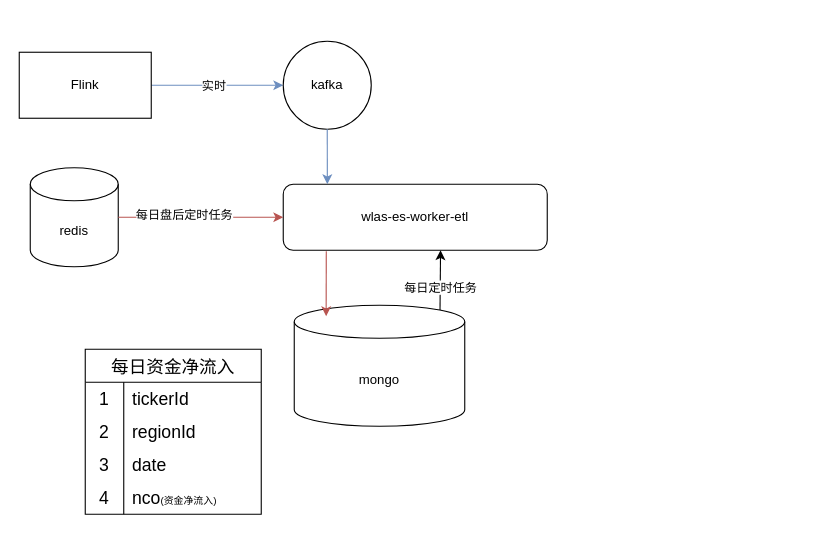
The draw.io diagram page "Page-1" (1 of 2) of quotes-alerts.drawio in Hia-Hia/A-note, before the edit. Source tidied: cells renumbered, new cells numbered last; positions are measured from the earlier drawing's top-left corner, leaving out a move shared by most shapes. Both pictures are drawn from the tidied source at 110%, with x=0, y=0 at pixel (19, 41).
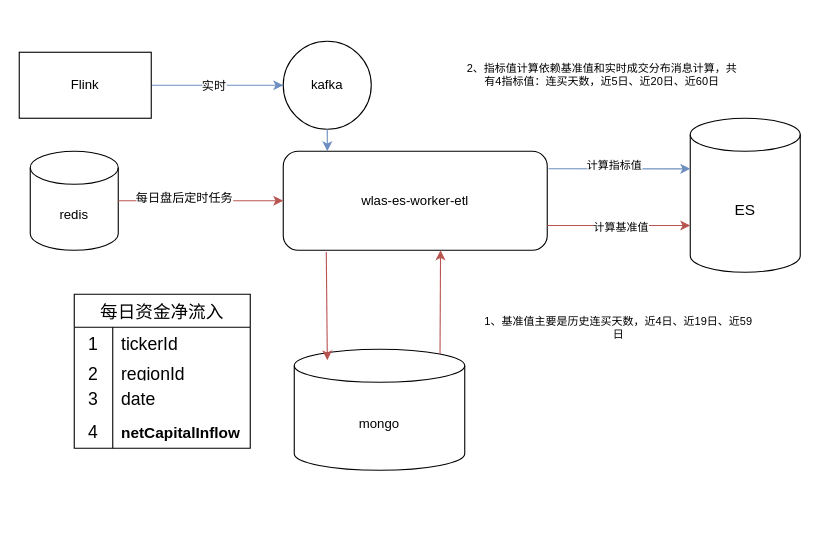
Above is the later version.

Change to the diagram source:
```diff
@@
     <mxCell id="2" value="mongo" style="shape=cylinder3;whiteSpace=wrap;html=1;boundedLbl=1;backgroundOutline=1;size=15;" parent="1" vertex="1">
-      <mxGeometry x="250" y="240" width="155" height="110" as="geometry" />
+      <mxGeometry x="250" y="280" width="155" height="110" as="geometry" />
     </mxCell>
@@
     <mxCell id="7" value="wlas-es-worker-etl" style="rounded=1;whiteSpace=wrap;html=1;" parent="1" vertex="1">
-      <mxGeometry x="240" y="130" width="240" height="60" as="geometry" />
+      <mxGeometry x="240" y="100" width="240" height="90" as="geometry" />
     </mxCell>
@@
-    <mxCell id="9" style="endArrow=classic;html=1;rounded=0;exitX=0.163;exitY=1.017;exitDx=0;exitDy=0;exitPerimeter=0;fillColor=#f8cecc;strokeColor=#b85450;" parent="1" edge="1" source="7">
-      <mxGeometry relative="1" as="geometry">
-        <mxPoint x="279" y="250" as="targetPoint" />
-      </mxGeometry>
+    <mxCell id="9" style="endArrow=classic;html=1;rounded=0;exitX=0.163;exitY=1.017;exitDx=0;exitDy=0;exitPerimeter=0;fillColor=#f8cecc;strokeColor=#b85450;entryX=0.194;entryY=0.091;entryDx=0;entryDy=0;entryPerimeter=0;" parent="1" edge="1" source="7" target="2">
+      <mxGeometry relative="1" as="geometry" />
     </mxCell>
-    <mxCell id="10" style="endArrow=classic;html=1;rounded=0;exitX=0.855;exitY=0;exitDx=0;exitDy=4.35;exitPerimeter=0;" parent="1" edge="1" source="2">
+    <mxCell id="10" style="endArrow=classic;html=1;rounded=0;exitX=0.855;exitY=0;exitDx=0;exitDy=4.35;exitPerimeter=0;fillColor=#f8cecc;strokeColor=#b85450;" parent="1" edge="1" source="2">
       <mxGeometry relative="1" as="geometry">
         <mxPoint x="383" y="190" as="targetPoint" />
       </mxGeometry>
     </mxCell>
-    <mxCell id="11" value="每日定时任务" style="edgeLabel;html=1;align=center;verticalAlign=middle;" parent="10" vertex="1">
-      <mxGeometry x="-0.21" relative="1" as="geometry" />
-    </mxCell>
     <mxCell id="12" value="redis" style="shape=cylinder3;whiteSpace=wrap;html=1;boundedLbl=1;backgroundOutline=1;size=15;labelBorderColor=none;" parent="1" vertex="1">
-      <mxGeometry x="10" y="115" width="80" height="90" as="geometry" />
+      <mxGeometry x="10" y="100" width="80" height="90" as="geometry" />
     </mxCell>
@@
     <mxCell id="15" value="每日资金净流入" style="shape=table;startSize=30;childLayout=tableLayout;rowLines=0;fontStyle=0;strokeColor=default;fontSize=16;labelBorderColor=none;" parent="1" vertex="1">
-      <mxGeometry x="60" y="280" width="160" height="150" as="geometry" />
+      <mxGeometry x="50" y="230" width="160" height="140" as="geometry" />
     </mxCell>
@@
     <mxCell id="19" style="shape=tableRow;horizontal=0;startSize=0;swimlaneHead=0;swimlaneBody=0;top=0;left=0;bottom=0;right=0;fillColor=none;strokeColor=inherit;fontSize=16;labelBorderColor=none;" parent="15" vertex="1">
-      <mxGeometry y="60" width="160" height="30" as="geometry" />
+      <mxGeometry y="60" width="160" height="20" as="geometry" />
     </mxCell>
     <mxCell id="20" value="2" style="shape=partialRectangle;html=1;whiteSpace=wrap;fillColor=none;top=0;left=0;bottom=0;right=0;overflow=hidden;strokeColor=inherit;fontSize=16;labelBorderColor=none;" parent="19" vertex="1">
-      <mxGeometry width="35" height="30" as="geometry" />
+      <mxGeometry width="35" height="20" as="geometry" />
     </mxCell>
     <mxCell id="21" value="regionId" style="shape=partialRectangle;html=1;whiteSpace=wrap;fillColor=none;top=0;left=0;bottom=0;right=0;align=left;spacingLeft=6;overflow=hidden;strokeColor=inherit;fontSize=16;labelBorderColor=none;" parent="19" vertex="1">
-      <mxGeometry x="35" width="125" height="30" as="geometry" />
+      <mxGeometry x="35" width="125" height="20" as="geometry" />
     </mxCell>
     <mxCell id="22" style="shape=tableRow;horizontal=0;startSize=0;swimlaneHead=0;swimlaneBody=0;top=0;left=0;bottom=0;right=0;fillColor=none;strokeColor=inherit;fontSize=16;labelBorderColor=none;" parent="15" vertex="1">
-      <mxGeometry y="90" width="160" height="30" as="geometry" />
+      <mxGeometry y="80" width="160" height="30" as="geometry" />
     </mxCell>
@@
     <mxCell id="25" style="shape=tableRow;horizontal=0;startSize=0;swimlaneHead=0;swimlaneBody=0;top=0;left=0;bottom=0;right=0;fillColor=none;strokeColor=inherit;fontSize=16;labelBorderColor=none;" parent="15" vertex="1">
-      <mxGeometry y="120" width="160" height="30" as="geometry" />
+      <mxGeometry y="110" width="160" height="30" as="geometry" />
     </mxCell>
@@
-    <mxCell id="27" value="nco&lt;font style=&quot;font-size: 9px;&quot;&gt;(资金净流入)&lt;/font&gt;" style="shape=partialRectangle;html=1;whiteSpace=wrap;fillColor=none;top=0;left=0;bottom=0;right=0;align=left;spacingLeft=6;overflow=hidden;strokeColor=inherit;fontSize=16;labelBorderColor=none;" parent="25" vertex="1">
+    <mxCell id="27" value="&lt;font style=&quot;font-size: 14px;&quot;&gt;&lt;b style=&quot;&quot;&gt;netCapitalInflow&lt;/b&gt;&lt;/font&gt;" style="shape=partialRectangle;html=1;whiteSpace=wrap;fillColor=none;top=0;left=0;bottom=0;right=0;align=left;spacingLeft=6;overflow=hidden;strokeColor=inherit;fontSize=16;labelBorderColor=none;" parent="25" vertex="1">
       <mxGeometry x="35" width="125" height="30" as="geometry" />
     </mxCell>
+    <mxCell id="28" value="ES" style="shape=cylinder3;whiteSpace=wrap;html=1;boundedLbl=1;backgroundOutline=1;size=15;labelBorderColor=none;fontSize=14;" parent="1" vertex="1">
+      <mxGeometry x="610" y="70" width="100" height="140" as="geometry" />
+    </mxCell>
+    <mxCell id="29" value="&lt;div style=&quot;margin: 0px; padding: 0px 1em 0px 0em; border-radius: 0px; background: none rgb(255, 255, 255); border: 0px; inset: auto; float: none; height: auto; line-height: 20px; outline: 0px; overflow: visible; position: static; text-align: left; vertical-align: baseline; width: auto; box-sizing: content-box; font-family: Consolas, &amp;quot;Bitstream Vera Sans Mono&amp;quot;, &amp;quot;Courier New&amp;quot;, Courier, monospace; min-height: inherit; color: rgb(51, 51, 51);&quot; class=&quot;line number2 index1 alt1&quot;&gt;&lt;div style=&quot;margin: 0px; padding: 0px 1em 0px 0em; border-radius: 0px; background-image: none; background-position: initial; background-size: initial; background-repeat: initial; background-attachment: initial; background-origin: initial; background-clip: initial; border: 0px; inset: auto; float: none; height: auto; line-height: 20px; outline: 0px; overflow: visible; position: static; vertical-align: baseline; width: auto; box-sizing: content-box; min-height: inherit;&quot; class=&quot;line number2 index1 alt1&quot;&gt;&lt;br&gt;&lt;/div&gt;&lt;/div&gt;" style="text;html=1;align=center;verticalAlign=middle;strokeColor=none;fillColor=none;fontSize=14;" parent="1" vertex="1">
+      <mxGeometry x="635" y="340" width="50" height="30" as="geometry" />
+    </mxCell>
+    <mxCell id="30" style="endArrow=classic;html=1;rounded=0;fontSize=10;entryX=0;entryY=0;entryDx=0;entryDy=97.5;entryPerimeter=0;exitX=1;exitY=0.75;exitDx=0;exitDy=0;fillColor=#f8cecc;strokeColor=#b85450;" parent="1" edge="1" source="7" target="28">
+      <mxGeometry relative="1" as="geometry" />
+    </mxCell>
+    <mxCell id="31" value="计算基准值" style="edgeLabel;html=1;align=center;verticalAlign=middle;fontSize=10;" parent="30" vertex="1">
+      <mxGeometry x="0.03" y="-1" relative="1" as="geometry">
+        <mxPoint x="-1" as="offset" />
+      </mxGeometry>
+    </mxCell>
+    <mxCell id="32" value="1、基准值主要是历史连买天数，近4日、近19日、近59日" style="text;html=1;strokeColor=none;fillColor=none;align=center;verticalAlign=middle;whiteSpace=wrap;rounded=0;labelBorderColor=none;fontSize=10;" parent="1" vertex="1">
+      <mxGeometry x="420" y="210" width="250" height="100" as="geometry" />
+    </mxCell>
+    <mxCell id="33" style="endArrow=classic;html=1;rounded=0;fontSize=10;exitX=1.005;exitY=0.177;exitDx=0;exitDy=0;exitPerimeter=0;fillColor=#dae8fc;strokeColor=#6c8ebf;" parent="1" edge="1" source="7">
+      <mxGeometry relative="1" as="geometry">
+        <mxPoint x="610" y="116" as="targetPoint" />
+      </mxGeometry>
+    </mxCell>
+    <mxCell id="34" value="计算指标值" style="edgeLabel;html=1;align=center;verticalAlign=middle;fontSize=10;" parent="33" vertex="1">
+      <mxGeometry x="-0.46" y="3" relative="1" as="geometry">
+        <mxPoint x="24" as="offset" />
+      </mxGeometry>
+    </mxCell>
+    <mxCell id="35" value="2、指标值计算依赖基准值和实时成交分布消息计算，共有4指标值：连买天数，近5日、近20日、近60日" style="text;html=1;strokeColor=none;fillColor=none;align=center;verticalAlign=middle;whiteSpace=wrap;rounded=0;labelBorderColor=none;fontSize=10;" parent="1" vertex="1">
+      <mxGeometry x="405" y="-20" width="250" height="100" as="geometry" />
+    </mxCell>
```
